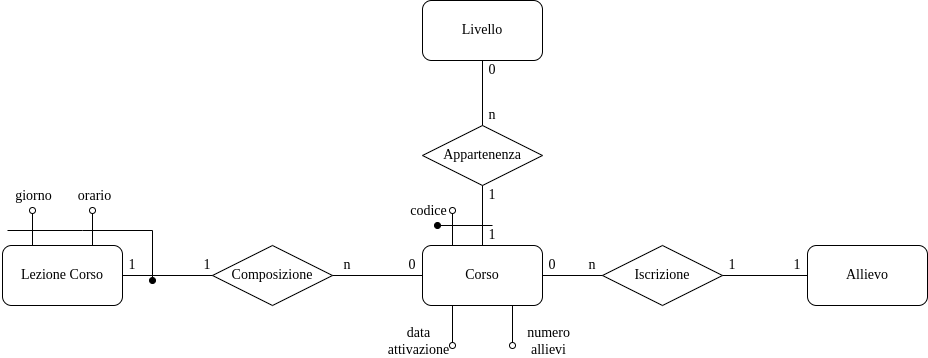
SimoneNicosanti/DataBase_Project keeps this draw.io diagram as doc/Foto_Documentazione/Corso_Reificato.png. Above is the earlier version. Source tidied: cells renumbered, new cells last; positions are measured from the earlier drawing's top-left corner, leaving out a move shared by most shapes. The source it was exported from:
```xml
<mxGraphModel background="#808080">
  <root>
    <mxCell id="0" />
    <mxCell id="1" parent="0" />
    <mxCell id="2" value="Corso" style="rounded=1;whiteSpace=wrap;html=1;labelBackgroundColor=none;fontFamily=Times New Roman;fontSize=14;" parent="1" vertex="1">
      <mxGeometry x="420" y="245" width="120" height="60" as="geometry" />
    </mxCell>
    <mxCell id="3" value="Lezione Corso" style="rounded=1;whiteSpace=wrap;html=1;labelBackgroundColor=none;fontFamily=Times New Roman;fontSize=14;" parent="1" vertex="1">
      <mxGeometry y="245" width="120" height="60" as="geometry" />
    </mxCell>
    <mxCell id="4" value="Livello" style="rounded=1;whiteSpace=wrap;html=1;labelBackgroundColor=none;fontFamily=Times New Roman;fontSize=14;" parent="1" vertex="1">
      <mxGeometry x="420" width="120" height="60" as="geometry" />
    </mxCell>
    <mxCell id="5" value="Allievo" style="rounded=1;whiteSpace=wrap;html=1;labelBackgroundColor=none;fontFamily=Times New Roman;fontSize=14;" parent="1" vertex="1">
      <mxGeometry x="805" y="245" width="120" height="60" as="geometry" />
    </mxCell>
    <mxCell id="6" style="endArrow=none;html=1;rounded=0;entryX=0.25;entryY=0;entryDx=0;entryDy=0;endFill=0;startArrow=oval;startFill=0;fontSize=14;" parent="1" edge="1" target="2">
      <mxGeometry relative="1" as="geometry">
        <mxPoint x="450" y="210" as="sourcePoint" />
      </mxGeometry>
    </mxCell>
    <mxCell id="7" value="codice" style="edgeLabel;html=1;align=center;verticalAlign=middle;fontFamily=Times New Roman;labelBackgroundColor=none;fontSize=14;" parent="6" vertex="1">
      <mxGeometry x="-0.56" y="1" relative="1" as="geometry">
        <mxPoint x="-26" y="-8" as="offset" />
      </mxGeometry>
    </mxCell>
    <mxCell id="8" value="Appartenenza" style="rhombus;whiteSpace=wrap;html=1;fontFamily=Times New Roman;fontSize=14;fillColor=default;" parent="1" vertex="1">
      <mxGeometry x="420" y="125" width="120" height="60" as="geometry" />
    </mxCell>
    <mxCell id="9" style="endArrow=none;html=1;rounded=0;fontFamily=Times New Roman;fontSize=14;entryX=0.5;entryY=1;entryDx=0;entryDy=0;exitX=0.5;exitY=0;exitDx=0;exitDy=0;startArrow=none;" parent="1" edge="1" target="4">
      <mxGeometry relative="1" as="geometry">
        <mxPoint x="480" y="60" as="sourcePoint" />
      </mxGeometry>
    </mxCell>
    <mxCell id="10" style="endArrow=none;html=1;rounded=0;fontFamily=Times New Roman;fontSize=14;exitX=0.5;exitY=0;exitDx=0;exitDy=0;entryX=0.5;entryY=1;entryDx=0;entryDy=0;startArrow=none;" parent="1" edge="1" target="8">
      <mxGeometry relative="1" as="geometry">
        <mxPoint x="480" y="185" as="sourcePoint" />
      </mxGeometry>
    </mxCell>
    <mxCell id="11" style="endArrow=oval;html=1;rounded=0;fontFamily=Times New Roman;fontSize=14;endFill=1;" parent="1" edge="1">
      <mxGeometry relative="1" as="geometry">
        <mxPoint x="490" y="225" as="sourcePoint" />
        <mxPoint x="435" y="225" as="targetPoint" />
      </mxGeometry>
    </mxCell>
    <mxCell id="12" style="endArrow=oval;html=1;rounded=0;fontFamily=Times New Roman;fontSize=14;endFill=0;exitX=0.25;exitY=1;exitDx=0;exitDy=0;" parent="1" edge="1" source="2">
      <mxGeometry relative="1" as="geometry">
        <mxPoint x="450" y="345" as="targetPoint" />
      </mxGeometry>
    </mxCell>
    <mxCell id="13" value="data&lt;br&gt;attivazione" style="edgeLabel;html=1;align=center;verticalAlign=middle;fontSize=14;fontFamily=Times New Roman;labelBackgroundColor=none;" parent="12" vertex="1">
      <mxGeometry x="0.48" y="1" relative="1" as="geometry">
        <mxPoint x="-36" y="5" as="offset" />
      </mxGeometry>
    </mxCell>
    <mxCell id="14" style="endArrow=oval;html=1;rounded=0;fontFamily=Times New Roman;fontSize=14;endFill=0;exitX=0.75;exitY=1;exitDx=0;exitDy=0;" parent="1" edge="1" source="2">
      <mxGeometry relative="1" as="geometry">
        <mxPoint x="510" y="345" as="targetPoint" />
      </mxGeometry>
    </mxCell>
    <mxCell id="15" value="numero&lt;br&gt;allievi" style="edgeLabel;html=1;align=center;verticalAlign=middle;fontSize=14;fontFamily=Times New Roman;labelBackgroundColor=none;" parent="14" vertex="1">
      <mxGeometry x="0.48" y="1" relative="1" as="geometry">
        <mxPoint x="34" y="5" as="offset" />
      </mxGeometry>
    </mxCell>
    <mxCell id="16" style="endArrow=none;html=1;rounded=0;fontFamily=Times New Roman;fontSize=14;exitX=0.5;exitY=0;exitDx=0;exitDy=0;entryX=0.5;entryY=1;entryDx=0;entryDy=0;" parent="1" edge="1" source="2">
      <mxGeometry relative="1" as="geometry">
        <mxPoint x="480" y="245" as="targetPoint" />
      </mxGeometry>
    </mxCell>
    <mxCell id="17" style="endArrow=none;html=1;rounded=0;fontFamily=Times New Roman;fontSize=14;exitX=0.5;exitY=0;exitDx=0;exitDy=0;entryX=0.5;entryY=1;entryDx=0;entryDy=0;startArrow=none;" parent="1" edge="1" source="2" target="8">
      <mxGeometry relative="1" as="geometry" />
    </mxCell>
    <mxCell id="18" style="endArrow=none;html=1;rounded=0;fontFamily=Times New Roman;fontSize=14;entryX=0.5;entryY=1;entryDx=0;entryDy=0;exitX=0.5;exitY=0;exitDx=0;exitDy=0;startArrow=none;" parent="1" edge="1" source="8" target="4">
      <mxGeometry relative="1" as="geometry" />
    </mxCell>
    <mxCell id="19" style="endArrow=none;html=1;rounded=0;fontFamily=Times New Roman;fontSize=14;entryX=0.5;entryY=1;entryDx=0;entryDy=0;exitX=0.5;exitY=0;exitDx=0;exitDy=0;" parent="1" edge="1" source="8">
      <mxGeometry relative="1" as="geometry">
        <mxPoint x="480" y="125" as="targetPoint" />
      </mxGeometry>
    </mxCell>
    <mxCell id="20" value="1" style="text;html=1;strokeColor=none;fillColor=none;align=center;verticalAlign=middle;whiteSpace=wrap;rounded=0;shadow=0;glass=0;labelBackgroundColor=none;fontFamily=Times New Roman;fontSize=14;fontColor=none;" parent="1" vertex="1">
      <mxGeometry x="480" y="225" width="20" height="20" as="geometry" />
    </mxCell>
    <mxCell id="21" value="1" style="text;html=1;strokeColor=none;fillColor=none;align=center;verticalAlign=middle;whiteSpace=wrap;rounded=0;shadow=0;glass=0;labelBackgroundColor=none;fontFamily=Times New Roman;fontSize=14;fontColor=none;" parent="1" vertex="1">
      <mxGeometry x="480" y="185" width="20" height="20" as="geometry" />
    </mxCell>
    <mxCell id="22" value="0" style="text;html=1;strokeColor=none;fillColor=none;align=center;verticalAlign=middle;whiteSpace=wrap;rounded=0;shadow=0;glass=0;labelBackgroundColor=none;fontFamily=Times New Roman;fontSize=14;fontColor=none;" parent="1" vertex="1">
      <mxGeometry x="480" y="60" width="20" height="20" as="geometry" />
    </mxCell>
    <mxCell id="23" value="n" style="text;html=1;strokeColor=none;fillColor=none;align=center;verticalAlign=middle;whiteSpace=wrap;rounded=0;shadow=0;glass=0;labelBackgroundColor=none;fontFamily=Times New Roman;fontSize=14;fontColor=none;" parent="1" vertex="1">
      <mxGeometry x="480" y="105" width="20" height="20" as="geometry" />
    </mxCell>
    <mxCell id="24" value="Iscrizione" style="rhombus;whiteSpace=wrap;html=1;fontFamily=Times New Roman;fontSize=14;fillColor=default;" parent="1" vertex="1">
      <mxGeometry x="600" y="245" width="120" height="60" as="geometry" />
    </mxCell>
    <mxCell id="25" style="endArrow=none;html=1;rounded=0;fontFamily=Times New Roman;fontSize=14;exitX=1;exitY=0.5;exitDx=0;exitDy=0;" parent="1" edge="1" source="2" target="24">
      <mxGeometry relative="1" as="geometry" />
    </mxCell>
    <mxCell id="26" style="endArrow=none;html=1;rounded=0;fontFamily=Times New Roman;fontSize=14;exitX=1;exitY=0.5;exitDx=0;exitDy=0;entryX=0;entryY=0.5;entryDx=0;entryDy=0;" parent="1" edge="1" source="24" target="5">
      <mxGeometry relative="1" as="geometry" />
    </mxCell>
    <mxCell id="27" value="0" style="text;html=1;strokeColor=none;fillColor=none;align=center;verticalAlign=middle;whiteSpace=wrap;rounded=0;shadow=0;glass=0;labelBackgroundColor=none;fontFamily=Times New Roman;fontSize=14;fontColor=none;" parent="1" vertex="1">
      <mxGeometry x="540" y="255" width="20" height="20" as="geometry" />
    </mxCell>
    <mxCell id="28" value="n" style="text;html=1;strokeColor=none;fillColor=none;align=center;verticalAlign=middle;whiteSpace=wrap;rounded=0;shadow=0;glass=0;labelBackgroundColor=none;fontFamily=Times New Roman;fontSize=14;fontColor=none;" parent="1" vertex="1">
      <mxGeometry x="580" y="255" width="20" height="20" as="geometry" />
    </mxCell>
    <mxCell id="29" value="1" style="text;html=1;strokeColor=none;fillColor=none;align=center;verticalAlign=middle;whiteSpace=wrap;rounded=0;shadow=0;glass=0;labelBackgroundColor=none;fontFamily=Times New Roman;fontSize=14;fontColor=none;" parent="1" vertex="1">
      <mxGeometry x="785" y="255" width="20" height="20" as="geometry" />
    </mxCell>
    <mxCell id="30" value="1" style="text;html=1;strokeColor=none;fillColor=none;align=center;verticalAlign=middle;whiteSpace=wrap;rounded=0;shadow=0;glass=0;labelBackgroundColor=none;fontFamily=Times New Roman;fontSize=14;fontColor=none;" parent="1" vertex="1">
      <mxGeometry x="720" y="255" width="20" height="20" as="geometry" />
    </mxCell>
    <mxCell id="31" value="Composizione" style="rhombus;whiteSpace=wrap;html=1;fontFamily=Times New Roman;fontSize=14;fillColor=default;" parent="1" vertex="1">
      <mxGeometry x="210" y="245" width="120" height="60" as="geometry" />
    </mxCell>
    <mxCell id="32" style="endArrow=none;html=1;rounded=0;fontFamily=Times New Roman;fontSize=14;entryX=0;entryY=0.5;entryDx=0;entryDy=0;exitX=1;exitY=0.5;exitDx=0;exitDy=0;" parent="1" edge="1" source="31" target="2">
      <mxGeometry relative="1" as="geometry" />
    </mxCell>
    <mxCell id="33" style="endArrow=none;html=1;rounded=0;fontFamily=Times New Roman;fontSize=14;exitX=1;exitY=0.5;exitDx=0;exitDy=0;entryX=0;entryY=0.5;entryDx=0;entryDy=0;" parent="1" edge="1" source="3" target="31">
      <mxGeometry relative="1" as="geometry" />
    </mxCell>
    <mxCell id="34" style="endArrow=oval;html=1;rounded=0;fontFamily=Times New Roman;fontSize=14;exitX=0.25;exitY=0;exitDx=0;exitDy=0;endFill=0;" parent="1" edge="1" source="3">
      <mxGeometry relative="1" as="geometry">
        <mxPoint x="30" y="210" as="targetPoint" />
      </mxGeometry>
    </mxCell>
    <mxCell id="35" value="giorno" style="edgeLabel;html=1;align=center;verticalAlign=middle;fontSize=14;fontFamily=Times New Roman;labelBackgroundColor=none;" parent="34" vertex="1">
      <mxGeometry x="0.52" relative="1" as="geometry">
        <mxPoint y="-23" as="offset" />
      </mxGeometry>
    </mxCell>
    <mxCell id="36" style="endArrow=oval;html=1;rounded=0;fontFamily=Times New Roman;fontSize=14;exitX=0.75;exitY=0;exitDx=0;exitDy=0;endFill=0;" parent="1" edge="1" source="3">
      <mxGeometry relative="1" as="geometry">
        <mxPoint x="90" y="210" as="targetPoint" />
      </mxGeometry>
    </mxCell>
    <mxCell id="37" value="orario" style="edgeLabel;html=1;align=center;verticalAlign=middle;fontSize=14;fontFamily=Times New Roman;labelBackgroundColor=none;" parent="36" vertex="1">
      <mxGeometry x="0.47" y="-1" relative="1" as="geometry">
        <mxPoint y="-24" as="offset" />
      </mxGeometry>
    </mxCell>
    <mxCell id="38" value="1" style="text;html=1;strokeColor=none;fillColor=none;align=center;verticalAlign=middle;whiteSpace=wrap;rounded=0;shadow=0;glass=0;labelBackgroundColor=none;fontFamily=Times New Roman;fontSize=14;fontColor=none;" parent="1" vertex="1">
      <mxGeometry x="120" y="255" width="20" height="20" as="geometry" />
    </mxCell>
    <mxCell id="39" value="1" style="text;html=1;strokeColor=none;fillColor=none;align=center;verticalAlign=middle;whiteSpace=wrap;rounded=0;shadow=0;glass=0;labelBackgroundColor=none;fontFamily=Times New Roman;fontSize=14;fontColor=none;" parent="1" vertex="1">
      <mxGeometry x="195" y="255" width="20" height="20" as="geometry" />
    </mxCell>
    <mxCell id="40" value="0" style="text;html=1;strokeColor=none;fillColor=none;align=center;verticalAlign=middle;whiteSpace=wrap;rounded=0;shadow=0;glass=0;labelBackgroundColor=none;fontFamily=Times New Roman;fontSize=14;fontColor=none;" parent="1" vertex="1">
      <mxGeometry x="400" y="255" width="20" height="20" as="geometry" />
    </mxCell>
    <mxCell id="41" value="n" style="text;html=1;strokeColor=none;fillColor=none;align=center;verticalAlign=middle;whiteSpace=wrap;rounded=0;shadow=0;glass=0;labelBackgroundColor=none;fontFamily=Times New Roman;fontSize=14;fontColor=none;" parent="1" vertex="1">
      <mxGeometry x="335" y="255" width="20" height="20" as="geometry" />
    </mxCell>
    <mxCell id="42" style="endArrow=oval;html=1;rounded=0;fontFamily=Times New Roman;fontSize=14;fillColor=#000000;endFill=1;edgeStyle=orthogonalEdgeStyle;" parent="1" edge="1">
      <mxGeometry relative="1" as="geometry">
        <mxPoint x="5" y="230" as="sourcePoint" />
        <mxPoint x="150" y="280" as="targetPoint" />
        <Array as="points">
          <mxPoint x="80" y="230" />
          <mxPoint x="80" y="230" />
        </Array>
      </mxGeometry>
    </mxCell>
  </root>
</mxGraphModel>
```
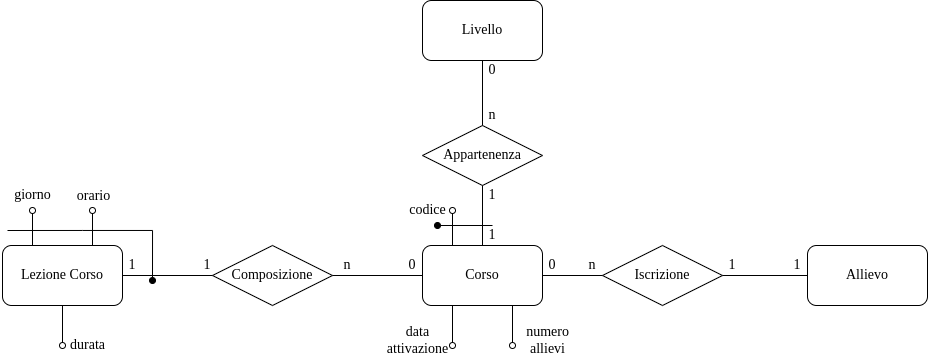
After the change.

What changed in the source:
```diff
@@ -163,5 +163,15 @@
         </Array>
       </mxGeometry>
     </mxCell>
+    <mxCell id="43" style="endArrow=none;html=1;rounded=0;startArrow=oval;startFill=0;entryX=0.5;entryY=1;entryDx=0;entryDy=0;" parent="1" edge="1" target="3">
+      <mxGeometry relative="1" as="geometry">
+        <mxPoint x="60" y="345" as="sourcePoint" />
+      </mxGeometry>
+    </mxCell>
+    <mxCell id="44" value="durata" style="edgeLabel;html=1;align=center;verticalAlign=middle;labelBackgroundColor=none;fontSize=14;fontFamily=Times New Roman;" parent="43" vertex="1">
+      <mxGeometry x="-0.57" y="1" relative="1" as="geometry">
+        <mxPoint x="26" y="8" as="offset" />
+      </mxGeometry>
+    </mxCell>
   </root>
 </mxGraphModel>
```
